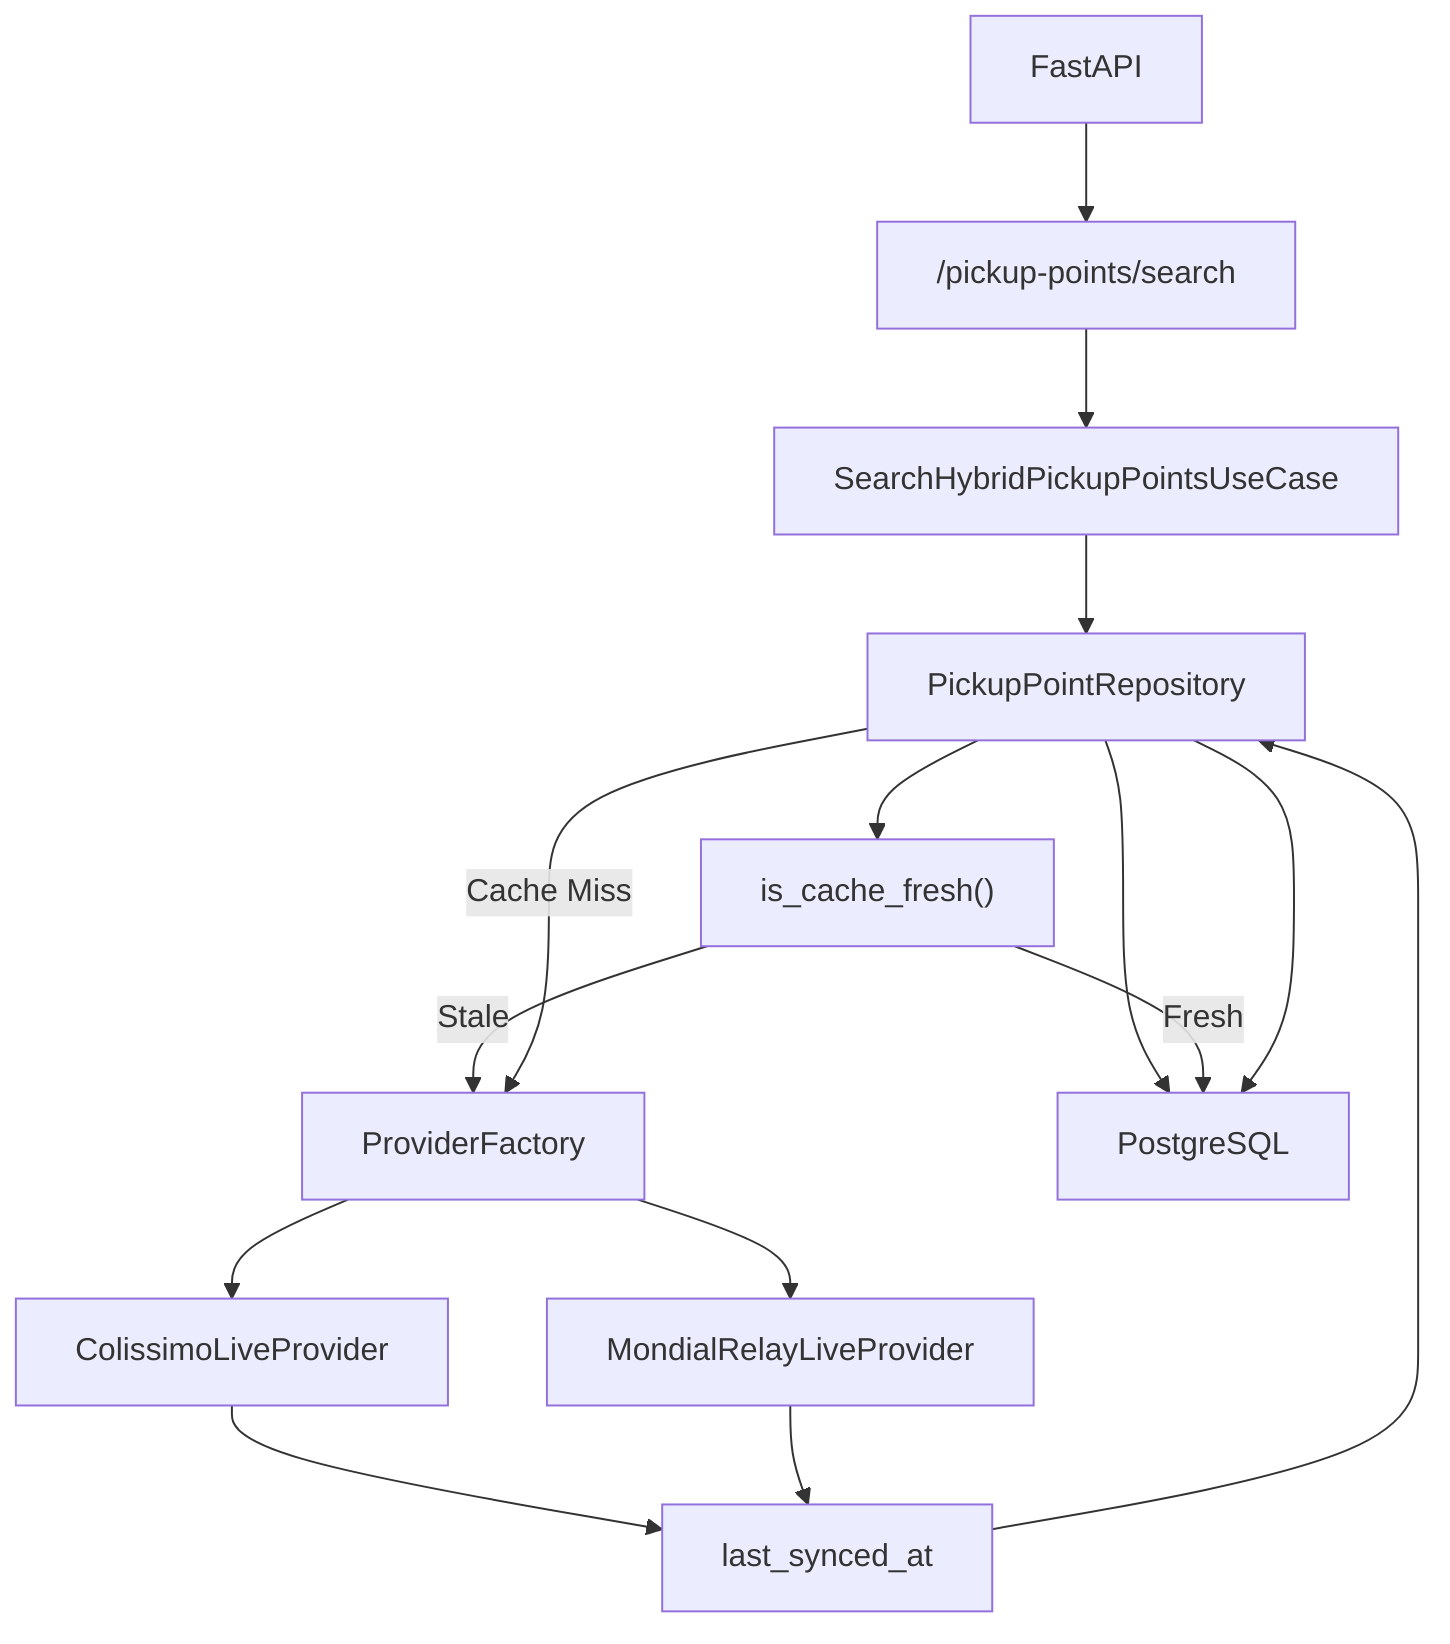
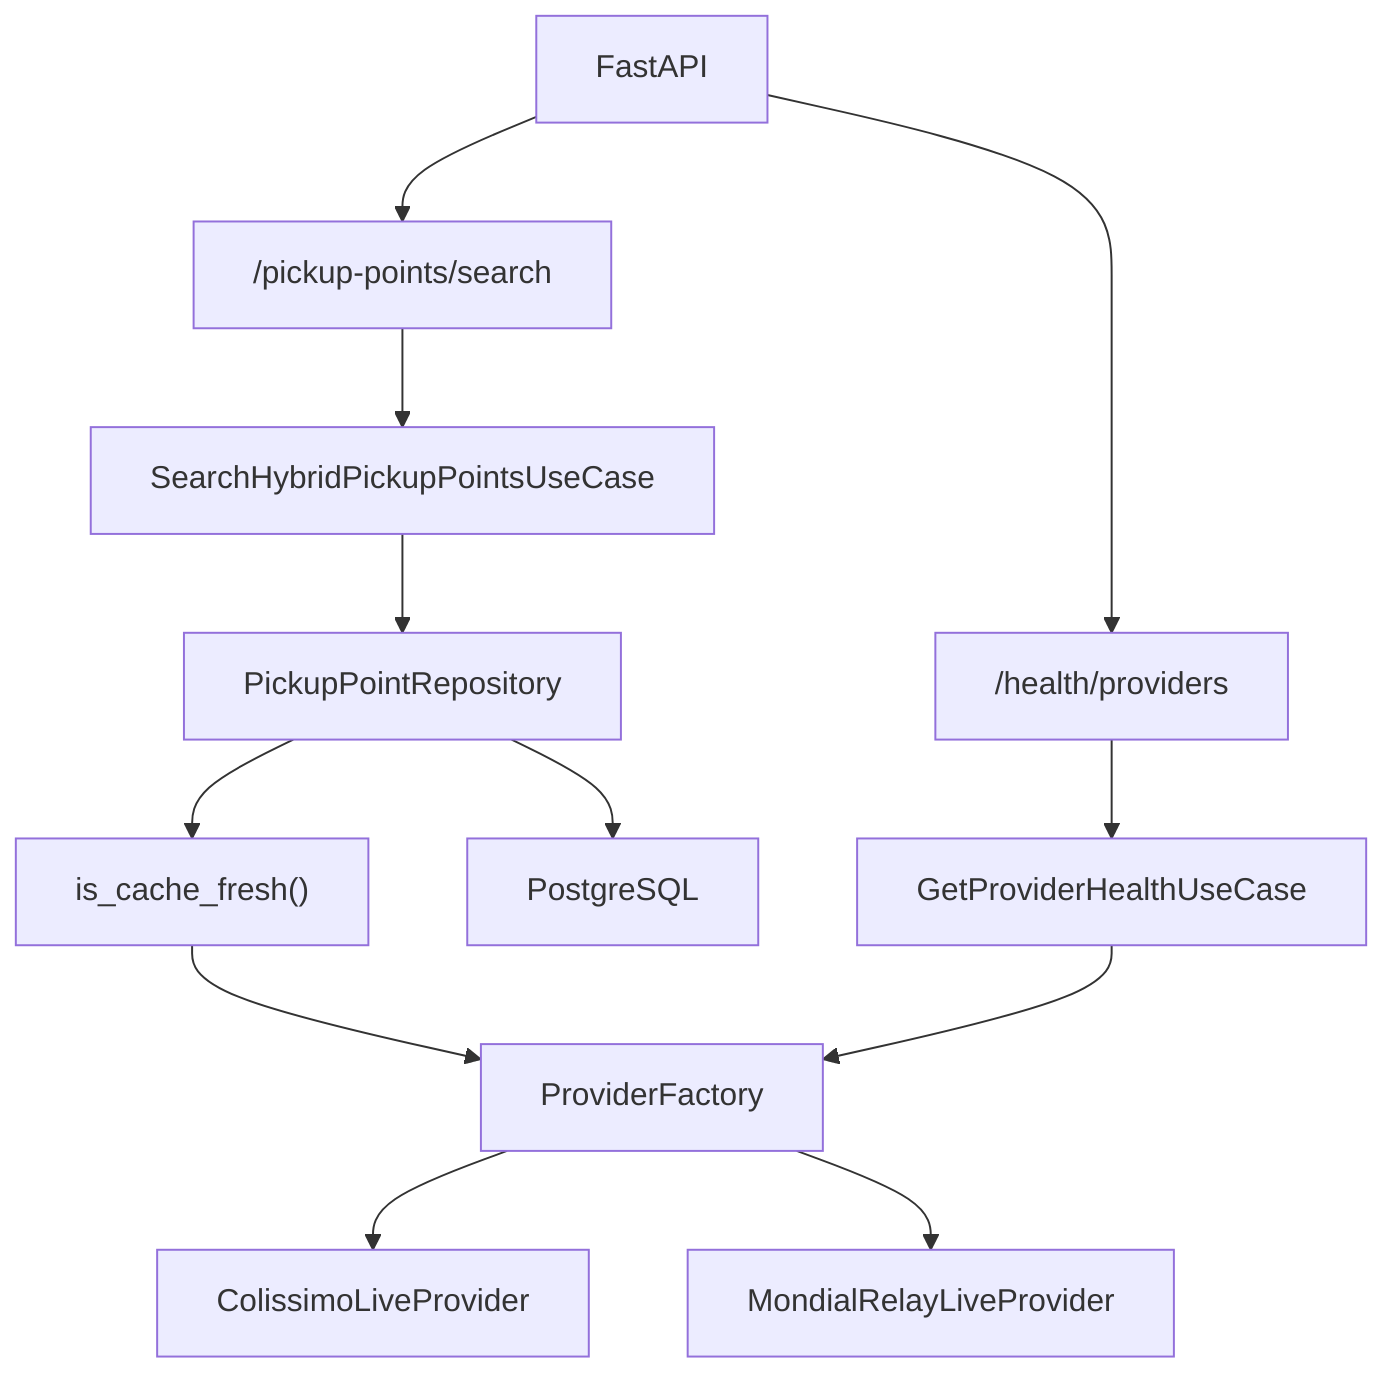
flowchart TD

    API["FastAPI"]

    SearchEndpoint["/pickup-points/search"]

+     HealthEndpoint["/health/providers"]
+ 
    HybridUseCase["SearchHybridPickupPointsUseCase"]
+ 
+     HealthUseCase["GetProviderHealthUseCase"]

    Repository["PickupPointRepository"]

    CacheCheck["is_cache_fresh()"]

    ProviderFactory["ProviderFactory"]

    Colissimo["ColissimoLiveProvider"]

    MondialRelay["MondialRelayLiveProvider"]

-     Freshness["last_synced_at"]
- 
    PostgreSQL["PostgreSQL"]

    SearchEndpoint --> HybridUseCase

    HybridUseCase --> Repository

+     Repository --> CacheCheck
+ 
    Repository --> PostgreSQL

-     Repository --> CacheCheck
- 
-     CacheCheck -->|Fresh| PostgreSQL
- 
-     CacheCheck -->|Stale| ProviderFactory
- 
-     Repository -->|Cache Miss| ProviderFactory
+     CacheCheck --> ProviderFactory

    ProviderFactory --> Colissimo

    ProviderFactory --> MondialRelay

-     Colissimo --> Freshness
+     HealthEndpoint --> HealthUseCase

-     MondialRelay --> Freshness
+     HealthUseCase --> ProviderFactory

-     Freshness --> Repository
+     API --> SearchEndpoint

-     Repository --> PostgreSQL
- 
-     API --> SearchEndpoint+     API --> HealthEndpoint